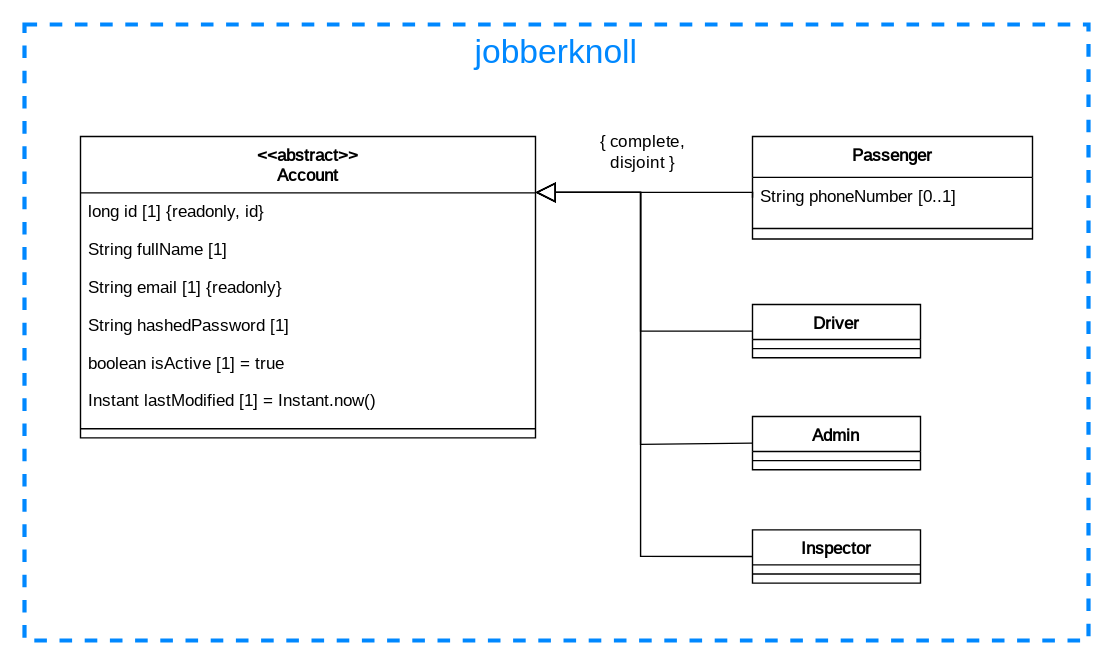
Earlier version of the draw.io export documentation/course/e2/images/class-diagram-jobberknoll.drawio.svg (PWR-ACS-SE-24/SoftwareSystemDesign). Source tidied: cells renumbered, new cells last; positions are measured from the earlier drawing's top-left corner, leaving out a move shared by most shapes. The source it was exported from:
```xml
<mxGraphModel>
  <root>
    <mxCell id="0" />
    <mxCell id="1" parent="0" />
    <mxCell id="2" style="rounded=0;whiteSpace=wrap;html=1;dashed=1;strokeWidth=3;fillColor=none;strokeColor=#0088ff;" parent="1" vertex="1">
      <mxGeometry width="760" height="440" as="geometry" />
    </mxCell>
    <mxCell id="3" value="&lt;font&gt;jobberknoll&lt;/font&gt;" style="text;html=1;align=center;verticalAlign=middle;whiteSpace=wrap;rounded=0;fillColor=none;strokeColor=none;fontColor=#0088ff;fontSize=24;" parent="1" vertex="1">
      <mxGeometry width="760" height="40" as="geometry" />
    </mxCell>
    <mxCell id="4" value="&lt;&lt;abstract&gt;&gt;&#10;Account" style="swimlane;fontStyle=1;align=center;verticalAlign=top;horizontal=1;startSize=40.285714285714285;fontFamily=JetBrains Mono;fontSource=https%3A%2F%2Ffonts.googleapis.com%2Fcss%3Ffamily%3DJetBrains%2BMono;" parent="1" vertex="1">
      <mxGeometry x="40" y="80" width="325" height="215.3" as="geometry" />
    </mxCell>
    <mxCell id="5" value="long id [1] {readonly, id}" style="text;strokeColor=none;fillColor=none;align=left;verticalAlign=top;spacingLeft=4;spacingRight=4;overflow=hidden;fontFamily=JetBrains Mono;fontStyle=0;fontSource=https%3A%2F%2Ffonts.googleapis.com%2Fcss%3Ffamily%3DJetBrains%2BMono;" parent="4" vertex="1">
      <mxGeometry y="40.3" width="325" height="27" as="geometry" />
    </mxCell>
    <mxCell id="6" value="String fullName [1]" style="text;strokeColor=none;fillColor=none;align=left;verticalAlign=top;spacingLeft=4;spacingRight=4;overflow=hidden;fontFamily=JetBrains Mono;fontStyle=0;fontSource=https%3A%2F%2Ffonts.googleapis.com%2Fcss%3Ffamily%3DJetBrains%2BMono;" parent="4" vertex="1">
      <mxGeometry y="67.3" width="325" height="27" as="geometry" />
    </mxCell>
    <mxCell id="7" value="String email [1] {readonly}" style="text;strokeColor=none;fillColor=none;align=left;verticalAlign=top;spacingLeft=4;spacingRight=4;overflow=hidden;fontFamily=JetBrains Mono;fontStyle=0;fontSource=https%3A%2F%2Ffonts.googleapis.com%2Fcss%3Ffamily%3DJetBrains%2BMono;" parent="4" vertex="1">
      <mxGeometry y="94.3" width="325" height="27" as="geometry" />
    </mxCell>
    <mxCell id="8" value="String hashedPassword [1]" style="text;strokeColor=none;fillColor=none;align=left;verticalAlign=top;spacingLeft=4;spacingRight=4;overflow=hidden;fontFamily=JetBrains Mono;fontStyle=0;fontSource=https%3A%2F%2Ffonts.googleapis.com%2Fcss%3Ffamily%3DJetBrains%2BMono;" parent="4" vertex="1">
      <mxGeometry y="121.3" width="325" height="27" as="geometry" />
    </mxCell>
    <mxCell id="9" value="boolean isActive [1] = true" style="text;strokeColor=none;fillColor=none;align=left;verticalAlign=top;spacingLeft=4;spacingRight=4;overflow=hidden;fontFamily=JetBrains Mono;fontStyle=0;fontSource=https%3A%2F%2Ffonts.googleapis.com%2Fcss%3Ffamily%3DJetBrains%2BMono;" parent="4" vertex="1">
      <mxGeometry y="148.3" width="325" height="27" as="geometry" />
    </mxCell>
    <mxCell id="10" value="Instant lastModified [1] = Instant.now()" style="text;strokeColor=none;fillColor=none;align=left;verticalAlign=top;spacingLeft=4;spacingRight=4;overflow=hidden;fontFamily=JetBrains Mono;fontStyle=0;fontSource=https%3A%2F%2Ffonts.googleapis.com%2Fcss%3Ffamily%3DJetBrains%2BMono;" parent="4" vertex="1">
      <mxGeometry y="175.3" width="325" height="27" as="geometry" />
    </mxCell>
    <mxCell id="11" style="line;strokeWidth=1;fillColor=none;align=left;verticalAlign=middle;spacingTop=-1;spacingLeft=3;spacingRight=3;labelPosition=right;strokeColor=inherit;fontFamily=JetBrains Mono;fontStyle=0;fontSource=https%3A%2F%2Ffonts.googleapis.com%2Fcss%3Ffamily%3DJetBrains%2BMono;" parent="4" vertex="1">
      <mxGeometry y="202.3" width="325" height="13" as="geometry" />
    </mxCell>
    <mxCell id="12" style="edgeStyle=orthogonalEdgeStyle;rounded=0;jettySize=auto;html=1;exitX=0;exitY=0.5;exitDx=0;exitDy=0;endArrow=block;endFill=0;endSize=12;" parent="1" edge="1" source="13" target="4">
      <mxGeometry relative="1" as="geometry">
        <Array as="points">
          <mxPoint x="520" y="300" />
          <mxPoint x="440" y="300" />
          <mxPoint x="440" y="120" />
        </Array>
      </mxGeometry>
    </mxCell>
    <mxCell id="13" value="Admin" style="swimlane;fontStyle=1;align=center;verticalAlign=top;horizontal=1;startSize=25;fontFamily=JetBrains Mono;fontSource=https%3A%2F%2Ffonts.googleapis.com%2Fcss%3Ffamily%3DJetBrains%2BMono;" parent="1" vertex="1">
      <mxGeometry x="520" y="280" width="120" height="38" as="geometry" />
    </mxCell>
    <mxCell id="14" style="line;strokeWidth=1;fillColor=none;align=left;verticalAlign=middle;spacingTop=-1;spacingLeft=3;spacingRight=3;labelPosition=right;strokeColor=inherit;fontFamily=JetBrains Mono;fontStyle=0;fontSource=https%3A%2F%2Ffonts.googleapis.com%2Fcss%3Ffamily%3DJetBrains%2BMono;" parent="13" vertex="1">
      <mxGeometry y="25" width="120" height="13" as="geometry" />
    </mxCell>
    <mxCell id="15" style="edgeStyle=orthogonalEdgeStyle;rounded=0;jettySize=auto;html=1;exitX=0;exitY=0.5;exitDx=0;exitDy=0;endArrow=block;endFill=0;endSize=12;" parent="1" edge="1" source="16" target="4">
      <mxGeometry relative="1" as="geometry">
        <Array as="points">
          <mxPoint x="440" y="380" />
          <mxPoint x="440" y="120" />
        </Array>
      </mxGeometry>
    </mxCell>
    <mxCell id="16" value="Inspector" style="swimlane;fontStyle=1;align=center;verticalAlign=top;horizontal=1;startSize=25;fontFamily=JetBrains Mono;fontSource=https%3A%2F%2Ffonts.googleapis.com%2Fcss%3Ffamily%3DJetBrains%2BMono;" parent="1" vertex="1">
      <mxGeometry x="520" y="361" width="120" height="38" as="geometry" />
    </mxCell>
    <mxCell id="17" style="line;strokeWidth=1;fillColor=none;align=left;verticalAlign=middle;spacingTop=-1;spacingLeft=3;spacingRight=3;labelPosition=right;strokeColor=inherit;fontFamily=JetBrains Mono;fontStyle=0;fontSource=https%3A%2F%2Ffonts.googleapis.com%2Fcss%3Ffamily%3DJetBrains%2BMono;" parent="16" vertex="1">
      <mxGeometry y="25" width="120" height="13" as="geometry" />
    </mxCell>
    <mxCell id="18" style="edgeStyle=orthogonalEdgeStyle;rounded=0;jettySize=auto;html=1;exitX=0;exitY=0.5;exitDx=0;exitDy=0;endArrow=block;endFill=0;endSize=12;" parent="1" edge="1" source="21" target="4">
      <mxGeometry relative="1" as="geometry">
        <Array as="points">
          <mxPoint x="440" y="219" />
          <mxPoint x="440" y="120" />
        </Array>
      </mxGeometry>
    </mxCell>
    <mxCell id="19" style="edgeStyle=orthogonalEdgeStyle;rounded=0;jettySize=auto;html=1;exitX=0;exitY=0.5;exitDx=0;exitDy=0;endArrow=block;endFill=0;endSize=12;" parent="1" edge="1" source="24" target="4">
      <mxGeometry relative="1" as="geometry">
        <Array as="points">
          <mxPoint x="520" y="120" />
        </Array>
      </mxGeometry>
    </mxCell>
    <mxCell id="20" value="&lt;div&gt;{ complete,&lt;/div&gt;&lt;div&gt;disjoint }&lt;/div&gt;" style="edgeLabel;html=1;align=center;verticalAlign=middle;fontFamily=JetBrains Mono;fontSource=https%3A%2F%2Ffonts.googleapis.com%2Fcss%3Ffamily%3DJetBrains%2BMono;fontSize=12;" parent="19" vertex="1">
      <mxGeometry x="-0.26" y="1" relative="1" as="geometry">
        <mxPoint x="-25" y="-31" as="offset" />
      </mxGeometry>
    </mxCell>
    <mxCell id="21" value="Driver" style="swimlane;fontStyle=1;align=center;verticalAlign=top;horizontal=1;startSize=25;fontFamily=JetBrains Mono;fontSource=https%3A%2F%2Ffonts.googleapis.com%2Fcss%3Ffamily%3DJetBrains%2BMono;" parent="1" vertex="1">
      <mxGeometry x="520" y="200" width="120" height="38" as="geometry" />
    </mxCell>
    <mxCell id="22" style="line;strokeWidth=1;fillColor=none;align=left;verticalAlign=middle;spacingTop=-1;spacingLeft=3;spacingRight=3;labelPosition=right;strokeColor=inherit;fontFamily=JetBrains Mono;fontStyle=0;fontSource=https%3A%2F%2Ffonts.googleapis.com%2Fcss%3Ffamily%3DJetBrains%2BMono;" parent="21" vertex="1">
      <mxGeometry y="25" width="120" height="13" as="geometry" />
    </mxCell>
    <mxCell id="23" value="Passenger" style="swimlane;fontStyle=1;align=center;verticalAlign=top;horizontal=1;startSize=29.2;fontFamily=JetBrains Mono;fontSource=https%3A%2F%2Ffonts.googleapis.com%2Fcss%3Ffamily%3DJetBrains%2BMono;" parent="1" vertex="1">
      <mxGeometry x="520" y="80" width="200" height="73.2" as="geometry" />
    </mxCell>
    <mxCell id="24" value="String phoneNumber [0..1]" style="text;strokeColor=none;fillColor=none;align=left;verticalAlign=top;spacingLeft=4;spacingRight=4;overflow=hidden;points=[[0,0.5],[1,0.5]];portConstraint=eastwest;fontFamily=JetBrains Mono;fontStyle=0;fontSource=https%3A%2F%2Ffonts.googleapis.com%2Fcss%3Ffamily%3DJetBrains%2BMono;" parent="23" vertex="1">
      <mxGeometry y="29.2" width="200" height="29" as="geometry" />
    </mxCell>
    <mxCell id="25" style="line;strokeWidth=1;fillColor=none;align=left;verticalAlign=middle;spacingTop=-1;spacingLeft=3;spacingRight=3;labelPosition=right;strokeColor=inherit;fontFamily=JetBrains Mono;fontStyle=0;fontSource=https%3A%2F%2Ffonts.googleapis.com%2Fcss%3Ffamily%3DJetBrains%2BMono;" parent="23" vertex="1">
      <mxGeometry y="58.2" width="200" height="15" as="geometry" />
    </mxCell>
  </root>
</mxGraphModel>
```
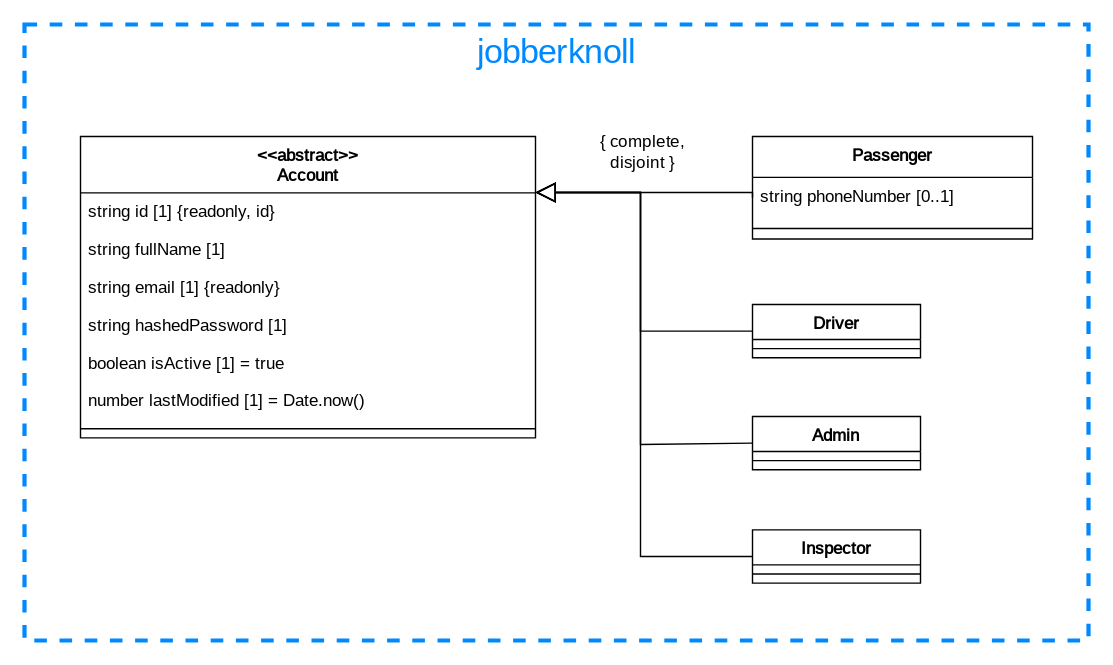
The same diagram one commit later.

Change to the diagram source:
```diff
@@ -2,37 +2,37 @@
   <root>
     <mxCell id="0" />
     <mxCell id="1" parent="0" />
-    <mxCell id="2" style="rounded=0;whiteSpace=wrap;html=1;dashed=1;strokeWidth=3;fillColor=none;strokeColor=#0088ff;" parent="1" vertex="1">
+    <mxCell id="2" style="rounded=0;whiteSpace=wrap;html=1;dashed=1;strokeWidth=3;fillColor=none;strokeColor=#0088ff;fontFamily=JetBrains Mono;fontSource=https%3A%2F%2Ffonts.googleapis.com%2Fcss%3Ffamily%3DJetBrains%2BMono;" parent="1" vertex="1">
       <mxGeometry width="760" height="440" as="geometry" />
     </mxCell>
-    <mxCell id="3" value="&lt;font&gt;jobberknoll&lt;/font&gt;" style="text;html=1;align=center;verticalAlign=middle;whiteSpace=wrap;rounded=0;fillColor=none;strokeColor=none;fontColor=#0088ff;fontSize=24;" parent="1" vertex="1">
+    <mxCell id="3" value="&lt;font&gt;jobberknoll&lt;/font&gt;" style="text;html=1;align=center;verticalAlign=middle;whiteSpace=wrap;rounded=0;fillColor=none;strokeColor=none;fontColor=#0088ff;fontSize=24;fontFamily=JetBrains Mono;fontSource=https%3A%2F%2Ffonts.googleapis.com%2Fcss%3Ffamily%3DJetBrains%2BMono;" parent="1" vertex="1">
       <mxGeometry width="760" height="40" as="geometry" />
     </mxCell>
     <mxCell id="4" value="&lt;&lt;abstract&gt;&gt;&#10;Account" style="swimlane;fontStyle=1;align=center;verticalAlign=top;horizontal=1;startSize=40.285714285714285;fontFamily=JetBrains Mono;fontSource=https%3A%2F%2Ffonts.googleapis.com%2Fcss%3Ffamily%3DJetBrains%2BMono;" parent="1" vertex="1">
       <mxGeometry x="40" y="80" width="325" height="215.3" as="geometry" />
     </mxCell>
-    <mxCell id="5" value="long id [1] {readonly, id}" style="text;strokeColor=none;fillColor=none;align=left;verticalAlign=top;spacingLeft=4;spacingRight=4;overflow=hidden;fontFamily=JetBrains Mono;fontStyle=0;fontSource=https%3A%2F%2Ffonts.googleapis.com%2Fcss%3Ffamily%3DJetBrains%2BMono;" parent="4" vertex="1">
+    <mxCell id="5" value="string id [1] {readonly, id}" style="text;strokeColor=none;fillColor=none;align=left;verticalAlign=top;spacingLeft=4;spacingRight=4;overflow=hidden;fontFamily=JetBrains Mono;fontStyle=0;fontSource=https%3A%2F%2Ffonts.googleapis.com%2Fcss%3Ffamily%3DJetBrains%2BMono;" parent="4" vertex="1">
       <mxGeometry y="40.3" width="325" height="27" as="geometry" />
     </mxCell>
-    <mxCell id="6" value="String fullName [1]" style="text;strokeColor=none;fillColor=none;align=left;verticalAlign=top;spacingLeft=4;spacingRight=4;overflow=hidden;fontFamily=JetBrains Mono;fontStyle=0;fontSource=https%3A%2F%2Ffonts.googleapis.com%2Fcss%3Ffamily%3DJetBrains%2BMono;" parent="4" vertex="1">
+    <mxCell id="6" value="string fullName [1]" style="text;strokeColor=none;fillColor=none;align=left;verticalAlign=top;spacingLeft=4;spacingRight=4;overflow=hidden;fontFamily=JetBrains Mono;fontStyle=0;fontSource=https%3A%2F%2Ffonts.googleapis.com%2Fcss%3Ffamily%3DJetBrains%2BMono;" parent="4" vertex="1">
       <mxGeometry y="67.3" width="325" height="27" as="geometry" />
     </mxCell>
-    <mxCell id="7" value="String email [1] {readonly}" style="text;strokeColor=none;fillColor=none;align=left;verticalAlign=top;spacingLeft=4;spacingRight=4;overflow=hidden;fontFamily=JetBrains Mono;fontStyle=0;fontSource=https%3A%2F%2Ffonts.googleapis.com%2Fcss%3Ffamily%3DJetBrains%2BMono;" parent="4" vertex="1">
+    <mxCell id="7" value="string email [1] {readonly}" style="text;strokeColor=none;fillColor=none;align=left;verticalAlign=top;spacingLeft=4;spacingRight=4;overflow=hidden;fontFamily=JetBrains Mono;fontStyle=0;fontSource=https%3A%2F%2Ffonts.googleapis.com%2Fcss%3Ffamily%3DJetBrains%2BMono;" parent="4" vertex="1">
       <mxGeometry y="94.3" width="325" height="27" as="geometry" />
     </mxCell>
-    <mxCell id="8" value="String hashedPassword [1]" style="text;strokeColor=none;fillColor=none;align=left;verticalAlign=top;spacingLeft=4;spacingRight=4;overflow=hidden;fontFamily=JetBrains Mono;fontStyle=0;fontSource=https%3A%2F%2Ffonts.googleapis.com%2Fcss%3Ffamily%3DJetBrains%2BMono;" parent="4" vertex="1">
+    <mxCell id="8" value="string hashedPassword [1]" style="text;strokeColor=none;fillColor=none;align=left;verticalAlign=top;spacingLeft=4;spacingRight=4;overflow=hidden;fontFamily=JetBrains Mono;fontStyle=0;fontSource=https%3A%2F%2Ffonts.googleapis.com%2Fcss%3Ffamily%3DJetBrains%2BMono;" parent="4" vertex="1">
       <mxGeometry y="121.3" width="325" height="27" as="geometry" />
     </mxCell>
     <mxCell id="9" value="boolean isActive [1] = true" style="text;strokeColor=none;fillColor=none;align=left;verticalAlign=top;spacingLeft=4;spacingRight=4;overflow=hidden;fontFamily=JetBrains Mono;fontStyle=0;fontSource=https%3A%2F%2Ffonts.googleapis.com%2Fcss%3Ffamily%3DJetBrains%2BMono;" parent="4" vertex="1">
       <mxGeometry y="148.3" width="325" height="27" as="geometry" />
     </mxCell>
-    <mxCell id="10" value="Instant lastModified [1] = Instant.now()" style="text;strokeColor=none;fillColor=none;align=left;verticalAlign=top;spacingLeft=4;spacingRight=4;overflow=hidden;fontFamily=JetBrains Mono;fontStyle=0;fontSource=https%3A%2F%2Ffonts.googleapis.com%2Fcss%3Ffamily%3DJetBrains%2BMono;" parent="4" vertex="1">
+    <mxCell id="10" value="number lastModified [1] = Date.now()" style="text;strokeColor=none;fillColor=none;align=left;verticalAlign=top;spacingLeft=4;spacingRight=4;overflow=hidden;fontFamily=JetBrains Mono;fontStyle=0;fontSource=https%3A%2F%2Ffonts.googleapis.com%2Fcss%3Ffamily%3DJetBrains%2BMono;" parent="4" vertex="1">
       <mxGeometry y="175.3" width="325" height="27" as="geometry" />
     </mxCell>
     <mxCell id="11" style="line;strokeWidth=1;fillColor=none;align=left;verticalAlign=middle;spacingTop=-1;spacingLeft=3;spacingRight=3;labelPosition=right;strokeColor=inherit;fontFamily=JetBrains Mono;fontStyle=0;fontSource=https%3A%2F%2Ffonts.googleapis.com%2Fcss%3Ffamily%3DJetBrains%2BMono;" parent="4" vertex="1">
       <mxGeometry y="202.3" width="325" height="13" as="geometry" />
     </mxCell>
-    <mxCell id="12" style="edgeStyle=orthogonalEdgeStyle;rounded=0;jettySize=auto;html=1;exitX=0;exitY=0.5;exitDx=0;exitDy=0;endArrow=block;endFill=0;endSize=12;" parent="1" edge="1" source="13" target="4">
+    <mxCell id="12" style="edgeStyle=orthogonalEdgeStyle;rounded=0;jettySize=auto;html=1;exitX=0;exitY=0.5;exitDx=0;exitDy=0;endArrow=block;endFill=0;endSize=12;fontFamily=JetBrains Mono;fontSource=https%3A%2F%2Ffonts.googleapis.com%2Fcss%3Ffamily%3DJetBrains%2BMono;" parent="1" edge="1" source="13" target="4">
       <mxGeometry relative="1" as="geometry">
         <Array as="points">
           <mxPoint x="520" y="300" />
@@ -47,7 +47,7 @@
     <mxCell id="14" style="line;strokeWidth=1;fillColor=none;align=left;verticalAlign=middle;spacingTop=-1;spacingLeft=3;spacingRight=3;labelPosition=right;strokeColor=inherit;fontFamily=JetBrains Mono;fontStyle=0;fontSource=https%3A%2F%2Ffonts.googleapis.com%2Fcss%3Ffamily%3DJetBrains%2BMono;" parent="13" vertex="1">
       <mxGeometry y="25" width="120" height="13" as="geometry" />
     </mxCell>
-    <mxCell id="15" style="edgeStyle=orthogonalEdgeStyle;rounded=0;jettySize=auto;html=1;exitX=0;exitY=0.5;exitDx=0;exitDy=0;endArrow=block;endFill=0;endSize=12;" parent="1" edge="1" source="16" target="4">
+    <mxCell id="15" style="edgeStyle=orthogonalEdgeStyle;rounded=0;jettySize=auto;html=1;exitX=0;exitY=0.5;exitDx=0;exitDy=0;endArrow=block;endFill=0;endSize=12;fontFamily=JetBrains Mono;fontSource=https%3A%2F%2Ffonts.googleapis.com%2Fcss%3Ffamily%3DJetBrains%2BMono;" parent="1" edge="1" source="16" target="4">
       <mxGeometry relative="1" as="geometry">
         <Array as="points">
           <mxPoint x="440" y="380" />
@@ -61,7 +61,7 @@
     <mxCell id="17" style="line;strokeWidth=1;fillColor=none;align=left;verticalAlign=middle;spacingTop=-1;spacingLeft=3;spacingRight=3;labelPosition=right;strokeColor=inherit;fontFamily=JetBrains Mono;fontStyle=0;fontSource=https%3A%2F%2Ffonts.googleapis.com%2Fcss%3Ffamily%3DJetBrains%2BMono;" parent="16" vertex="1">
       <mxGeometry y="25" width="120" height="13" as="geometry" />
     </mxCell>
-    <mxCell id="18" style="edgeStyle=orthogonalEdgeStyle;rounded=0;jettySize=auto;html=1;exitX=0;exitY=0.5;exitDx=0;exitDy=0;endArrow=block;endFill=0;endSize=12;" parent="1" edge="1" source="21" target="4">
+    <mxCell id="18" style="edgeStyle=orthogonalEdgeStyle;rounded=0;jettySize=auto;html=1;exitX=0;exitY=0.5;exitDx=0;exitDy=0;endArrow=block;endFill=0;endSize=12;fontFamily=JetBrains Mono;fontSource=https%3A%2F%2Ffonts.googleapis.com%2Fcss%3Ffamily%3DJetBrains%2BMono;" parent="1" edge="1" source="21" target="4">
       <mxGeometry relative="1" as="geometry">
         <Array as="points">
           <mxPoint x="440" y="219" />
@@ -69,7 +69,7 @@
         </Array>
       </mxGeometry>
     </mxCell>
-    <mxCell id="19" style="edgeStyle=orthogonalEdgeStyle;rounded=0;jettySize=auto;html=1;exitX=0;exitY=0.5;exitDx=0;exitDy=0;endArrow=block;endFill=0;endSize=12;" parent="1" edge="1" source="24" target="4">
+    <mxCell id="19" style="edgeStyle=orthogonalEdgeStyle;rounded=0;jettySize=auto;html=1;exitX=0;exitY=0.5;exitDx=0;exitDy=0;endArrow=block;endFill=0;endSize=12;fontFamily=JetBrains Mono;fontSource=https%3A%2F%2Ffonts.googleapis.com%2Fcss%3Ffamily%3DJetBrains%2BMono;" parent="1" edge="1" source="24" target="4">
       <mxGeometry relative="1" as="geometry">
         <Array as="points">
           <mxPoint x="520" y="120" />
@@ -90,7 +90,7 @@
     <mxCell id="23" value="Passenger" style="swimlane;fontStyle=1;align=center;verticalAlign=top;horizontal=1;startSize=29.2;fontFamily=JetBrains Mono;fontSource=https%3A%2F%2Ffonts.googleapis.com%2Fcss%3Ffamily%3DJetBrains%2BMono;" parent="1" vertex="1">
       <mxGeometry x="520" y="80" width="200" height="73.2" as="geometry" />
     </mxCell>
-    <mxCell id="24" value="String phoneNumber [0..1]" style="text;strokeColor=none;fillColor=none;align=left;verticalAlign=top;spacingLeft=4;spacingRight=4;overflow=hidden;points=[[0,0.5],[1,0.5]];portConstraint=eastwest;fontFamily=JetBrains Mono;fontStyle=0;fontSource=https%3A%2F%2Ffonts.googleapis.com%2Fcss%3Ffamily%3DJetBrains%2BMono;" parent="23" vertex="1">
+    <mxCell id="24" value="string phoneNumber [0..1]" style="text;strokeColor=none;fillColor=none;align=left;verticalAlign=top;spacingLeft=4;spacingRight=4;overflow=hidden;points=[[0,0.5],[1,0.5]];portConstraint=eastwest;fontFamily=JetBrains Mono;fontStyle=0;fontSource=https%3A%2F%2Ffonts.googleapis.com%2Fcss%3Ffamily%3DJetBrains%2BMono;" parent="23" vertex="1">
       <mxGeometry y="29.2" width="200" height="29" as="geometry" />
     </mxCell>
     <mxCell id="25" style="line;strokeWidth=1;fillColor=none;align=left;verticalAlign=middle;spacingTop=-1;spacingLeft=3;spacingRight=3;labelPosition=right;strokeColor=inherit;fontFamily=JetBrains Mono;fontStyle=0;fontSource=https%3A%2F%2Ffonts.googleapis.com%2Fcss%3Ffamily%3DJetBrains%2BMono;" parent="23" vertex="1">
```
